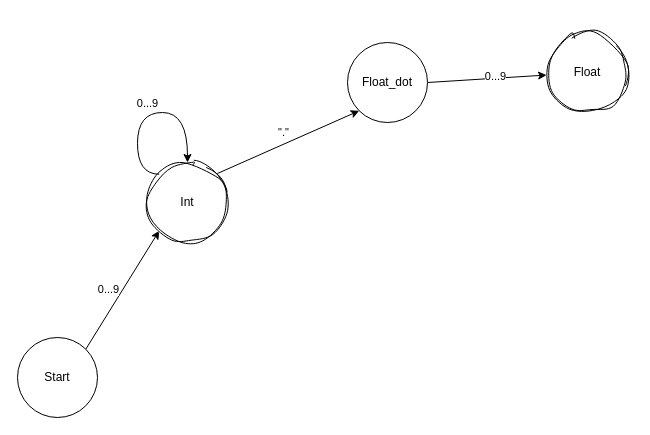
Earlier version of the draw.io diagram scanner-FSM.drawio (suchnamemuchuser/ifj_own). Source tidied: cells renumbered, new cells numbered last; positions are measured from the earlier drawing's top-left corner, leaving out a move shared by most shapes. Both pictures are drawn from the tidied source at 100%, with x=0, y=0 at pixel (17, 32).
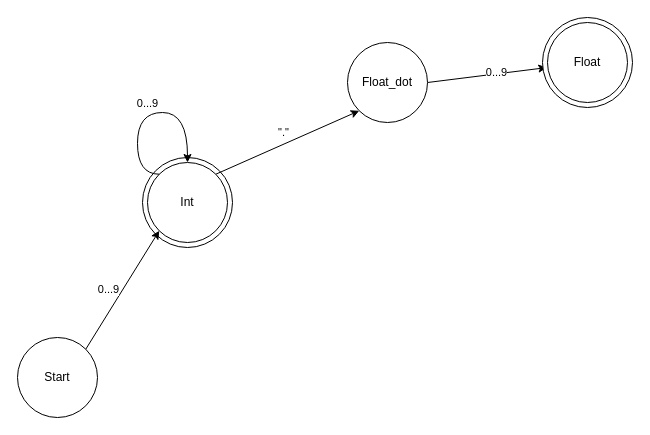
After the change.

The edit, as a diff of the source:
```diff
@@
+    <mxCell id="14" style="ellipse;whiteSpace=wrap;html=1;" parent="1" vertex="1">
+      <mxGeometry x="125" y="125" width="90" height="90" as="geometry" />
+    </mxCell>
@@
-    <mxCell id="7" value="Int" style="ellipse;whiteSpace=wrap;html=1;sketch=1;curveFitting=1;jiggle=2;" parent="1" vertex="1">
+    <mxCell id="7" value="Int" style="ellipse;whiteSpace=wrap;html=1;" parent="1" vertex="1">
       <mxGeometry x="130" y="130" width="80" height="80" as="geometry" />
     </mxCell>
@@
-    <mxCell id="11" value="Float" style="ellipse;whiteSpace=wrap;html=1;fillStyle=auto;strokeColor=default;gradientColor=none;strokeWidth=1;perimeterSpacing=1;shadow=0;sketch=1;curveFitting=1;jiggle=2;" parent="1" vertex="1">
-      <mxGeometry x="530" width="80" height="80" as="geometry" />
-    </mxCell>
@@
+    <mxCell id="15" style="group;" parent="1" vertex="1">
+      <mxGeometry x="525" y="-15" width="90" height="90" as="geometry" />
+    </mxCell>
+    <mxCell id="16" style="ellipse;whiteSpace=wrap;html=1;" parent="15" vertex="1">
+      <mxGeometry width="90" height="90" as="geometry" />
+    </mxCell>
+    <mxCell id="11" value="Float" style="ellipse;whiteSpace=wrap;html=1;fillStyle=auto;strokeColor=default;gradientColor=none;strokeWidth=1;perimeterSpacing=1;shadow=0;" parent="15" vertex="1">
+      <mxGeometry x="5" y="5" width="80" height="80" as="geometry" />
+    </mxCell>
```
